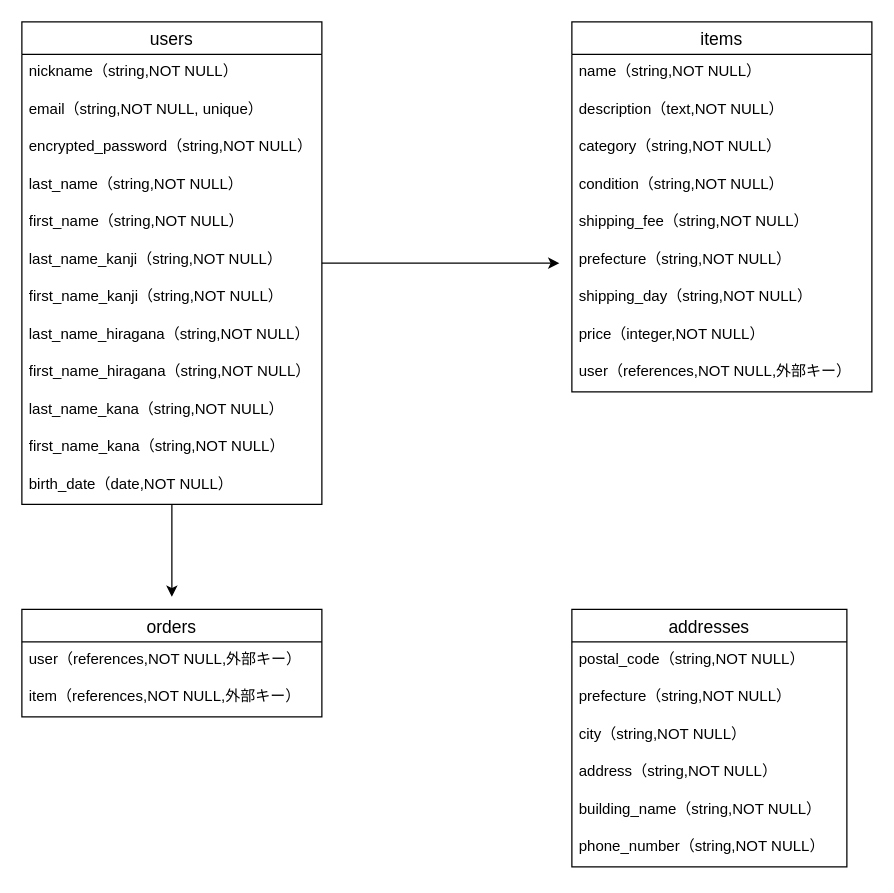
Above: app/views/furima.dio in aasamelon/furima-42481 (draw.io), before the change. Source tidied: cells renumbered, new cells numbered last; positions are measured from the earlier drawing's top-left corner, leaving out a move shared by most shapes. Both pictures are drawn from the tidied source at 125%, with x=0, y=0 at pixel (21, 21).
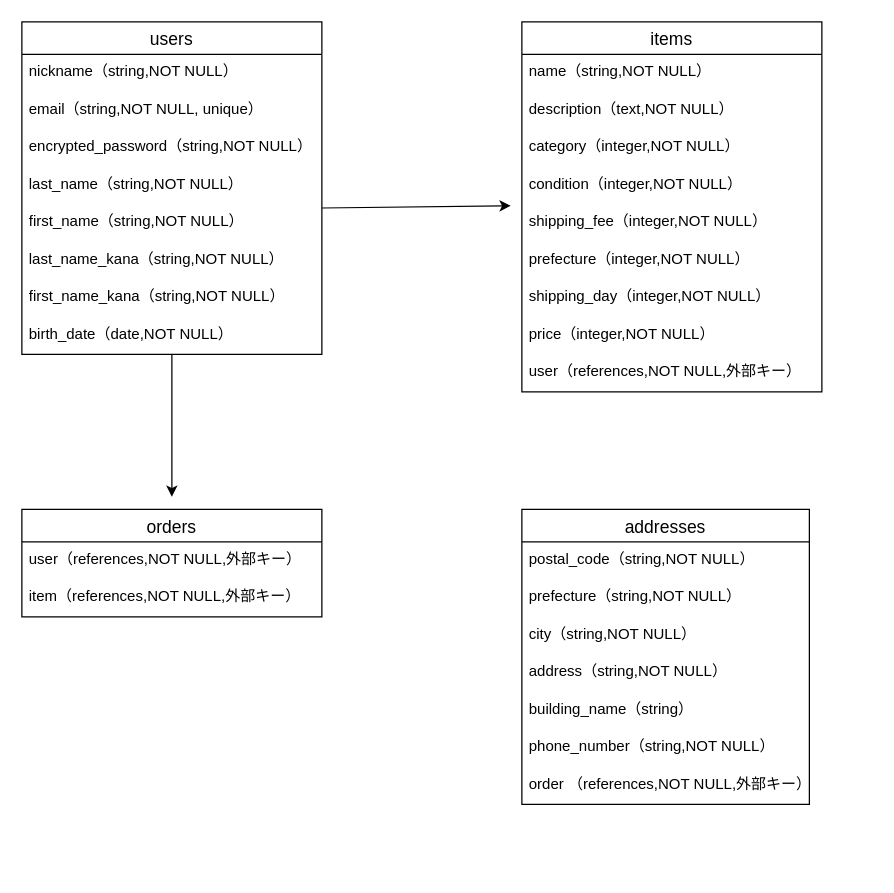
The same diagram, later.

Diff of the diagram source:
```diff
@@
-    <mxCell id="2" style="edgeStyle=none;html=1;" parent="1" edge="1" source="4">
+    <mxCell id="2" style="edgeStyle=none;html=1;entryX=-0.037;entryY=0.456;entryDx=0;entryDy=0;entryPerimeter=0;" parent="1" edge="1">
       <mxGeometry relative="1" as="geometry">
-        <mxPoint x="430" y="193" as="targetPoint" />
+        <mxPoint x="240" y="148.9" as="sourcePoint" />
+        <mxPoint x="391.1" y="147.1" as="targetPoint" />
       </mxGeometry>
     </mxCell>
     <mxCell id="3" style="edgeStyle=none;html=1;" parent="1" edge="1" source="4">
       <mxGeometry relative="1" as="geometry">
-        <mxPoint x="120" y="460" as="targetPoint" />
+        <mxPoint x="120" y="380" as="targetPoint" />
       </mxGeometry>
     </mxCell>
     <mxCell id="4" value="users" style="swimlane;fontStyle=0;horizontal=1;startSize=26;align=center;fontSize=14;" parent="1" vertex="1">
-      <mxGeometry width="240" height="386" as="geometry" />
+      <mxGeometry width="240" height="266" as="geometry" />
     </mxCell>
@@
-    <mxCell id="10" value="last_name_kanji（&lt;span style=&quot;color: rgb(0, 0, 0);&quot;&gt;string,NOT NULL）&lt;/span&gt;" style="text;strokeColor=none;fillColor=none;spacingLeft=4;spacingRight=4;overflow=hidden;fontSize=12;whiteSpace=wrap;html=1;" parent="4" vertex="1">
-      <mxGeometry y="176" width="240" height="30" as="geometry" />
-    </mxCell>
-    <mxCell id="11" value="first_name_kanji（&lt;span style=&quot;color: rgb(0, 0, 0);&quot;&gt;string,NOT NULL）&lt;/span&gt;" style="text;strokeColor=none;fillColor=none;spacingLeft=4;spacingRight=4;overflow=hidden;fontSize=12;whiteSpace=wrap;html=1;" parent="4" vertex="1">
-      <mxGeometry y="206" width="240" height="30" as="geometry" />
-    </mxCell>
-    <mxCell id="12" value="last_name_hiragana（&lt;span style=&quot;color: rgb(0, 0, 0);&quot;&gt;string,NOT NULL）&lt;/span&gt;" style="text;strokeColor=none;fillColor=none;spacingLeft=4;spacingRight=4;overflow=hidden;fontSize=12;whiteSpace=wrap;html=1;" parent="4" vertex="1">
-      <mxGeometry y="236" width="240" height="30" as="geometry" />
-    </mxCell>
-    <mxCell id="13" value="first_name_hiragana（&lt;span style=&quot;color: rgb(0, 0, 0);&quot;&gt;string,NOT NULL）&lt;/span&gt;" style="text;strokeColor=none;fillColor=none;spacingLeft=4;spacingRight=4;overflow=hidden;fontSize=12;whiteSpace=wrap;html=1;" parent="4" vertex="1">
-      <mxGeometry y="266" width="240" height="30" as="geometry" />
-    </mxCell>
     <mxCell id="14" value="last_name_kana（&lt;span style=&quot;color: rgb(0, 0, 0);&quot;&gt;string,NOT NULL）&lt;/span&gt;" style="text;strokeColor=none;fillColor=none;spacingLeft=4;spacingRight=4;overflow=hidden;fontSize=12;whiteSpace=wrap;html=1;" parent="4" vertex="1">
-      <mxGeometry y="296" width="240" height="30" as="geometry" />
+      <mxGeometry y="176" width="240" height="30" as="geometry" />
     </mxCell>
     <mxCell id="15" value="first_name_kana（&lt;span style=&quot;color: rgb(0, 0, 0);&quot;&gt;string,NOT NULL）&lt;/span&gt;" style="text;strokeColor=none;fillColor=none;spacingLeft=4;spacingRight=4;overflow=hidden;fontSize=12;whiteSpace=wrap;html=1;" parent="4" vertex="1">
-      <mxGeometry y="326" width="240" height="30" as="geometry" />
+      <mxGeometry y="206" width="240" height="30" as="geometry" />
     </mxCell>
     <mxCell id="16" value="birth_date（date,&lt;span style=&quot;color: rgb(0, 0, 0);&quot;&gt;NOT NULL）&lt;/span&gt;" style="text;strokeColor=none;fillColor=none;spacingLeft=4;spacingRight=4;overflow=hidden;fontSize=12;whiteSpace=wrap;html=1;" parent="4" vertex="1">
-      <mxGeometry y="356" width="240" height="30" as="geometry" />
+      <mxGeometry y="236" width="240" height="30" as="geometry" />
     </mxCell>
     <mxCell id="17" value="items" style="swimlane;fontStyle=0;horizontal=1;startSize=26;align=center;fontSize=14;" parent="1" vertex="1">
-      <mxGeometry x="440" width="240" height="296" as="geometry" />
+      <mxGeometry x="400" width="240" height="296" as="geometry" />
     </mxCell>
@@
-    <mxCell id="20" value="category（&lt;span style=&quot;color: rgb(0, 0, 0);&quot;&gt;string,NOT NULL）&lt;/span&gt;" style="text;strokeColor=none;fillColor=none;spacingLeft=4;spacingRight=4;overflow=hidden;fontSize=12;whiteSpace=wrap;html=1;" parent="17" vertex="1">
+    <mxCell id="20" value="category（&lt;span style=&quot;color: rgb(0, 0, 0);&quot;&gt;&lt;span style=&quot;color: rgb(0, 0, 0);&quot;&gt;integer,&lt;/span&gt;NOT NULL）&lt;/span&gt;" style="text;strokeColor=none;fillColor=none;spacingLeft=4;spacingRight=4;overflow=hidden;fontSize=12;whiteSpace=wrap;html=1;" parent="17" vertex="1">
       <mxGeometry y="86" width="240" height="30" as="geometry" />
     </mxCell>
-    <mxCell id="21" value="condition（&lt;span style=&quot;color: rgb(0, 0, 0);&quot;&gt;string,NOT NULL）&lt;/span&gt;" style="text;strokeColor=none;fillColor=none;spacingLeft=4;spacingRight=4;overflow=hidden;fontSize=12;whiteSpace=wrap;html=1;" parent="17" vertex="1">
+    <mxCell id="21" value="condition（&lt;span style=&quot;color: rgb(0, 0, 0);&quot;&gt;&lt;span style=&quot;color: rgb(0, 0, 0);&quot;&gt;integer&lt;/span&gt;,NOT NULL）&lt;/span&gt;" style="text;strokeColor=none;fillColor=none;spacingLeft=4;spacingRight=4;overflow=hidden;fontSize=12;whiteSpace=wrap;html=1;" parent="17" vertex="1">
       <mxGeometry y="116" width="240" height="30" as="geometry" />
     </mxCell>
-    <mxCell id="22" value="shipping_fee（&lt;span style=&quot;color: rgb(0, 0, 0);&quot;&gt;string,NOT NULL）&lt;/span&gt;" style="text;strokeColor=none;fillColor=none;spacingLeft=4;spacingRight=4;overflow=hidden;fontSize=12;whiteSpace=wrap;html=1;" parent="17" vertex="1">
+    <mxCell id="22" value="shipping_fee（&lt;span style=&quot;color: rgb(0, 0, 0);&quot;&gt;&lt;span style=&quot;color: rgb(0, 0, 0);&quot;&gt;integer&lt;/span&gt;,NOT NULL）&lt;/span&gt;" style="text;strokeColor=none;fillColor=none;spacingLeft=4;spacingRight=4;overflow=hidden;fontSize=12;whiteSpace=wrap;html=1;" parent="17" vertex="1">
       <mxGeometry y="146" width="240" height="30" as="geometry" />
     </mxCell>
-    <mxCell id="23" value="prefecture（&lt;span style=&quot;color: rgb(0, 0, 0);&quot;&gt;string,NOT NULL）&lt;/span&gt;" style="text;strokeColor=none;fillColor=none;spacingLeft=4;spacingRight=4;overflow=hidden;fontSize=12;whiteSpace=wrap;html=1;" parent="17" vertex="1">
+    <mxCell id="23" value="prefecture（&lt;span style=&quot;color: rgb(0, 0, 0);&quot;&gt;&lt;span style=&quot;color: rgb(0, 0, 0);&quot;&gt;integer&lt;/span&gt;,NOT NULL）&lt;/span&gt;" style="text;strokeColor=none;fillColor=none;spacingLeft=4;spacingRight=4;overflow=hidden;fontSize=12;whiteSpace=wrap;html=1;" parent="17" vertex="1">
       <mxGeometry y="176" width="240" height="30" as="geometry" />
     </mxCell>
-    <mxCell id="24" value="shipping_day（&lt;span style=&quot;color: rgb(0, 0, 0);&quot;&gt;string,NOT NULL）&lt;/span&gt;" style="text;strokeColor=none;fillColor=none;spacingLeft=4;spacingRight=4;overflow=hidden;fontSize=12;whiteSpace=wrap;html=1;" parent="17" vertex="1">
+    <mxCell id="24" value="shipping_day（&lt;span style=&quot;color: rgb(0, 0, 0);&quot;&gt;&lt;span style=&quot;color: rgb(0, 0, 0);&quot;&gt;integer&lt;/span&gt;,NOT NULL）&lt;/span&gt;" style="text;strokeColor=none;fillColor=none;spacingLeft=4;spacingRight=4;overflow=hidden;fontSize=12;whiteSpace=wrap;html=1;" parent="17" vertex="1">
       <mxGeometry y="206" width="240" height="30" as="geometry" />
     </mxCell>
@@
     <mxCell id="27" value="orders" style="swimlane;fontStyle=0;horizontal=1;startSize=26;align=center;fontSize=14;" parent="1" vertex="1">
-      <mxGeometry y="470" width="240" height="86" as="geometry" />
+      <mxGeometry y="390" width="240" height="86" as="geometry" />
     </mxCell>
@@
     <mxCell id="30" value="addresses" style="swimlane;fontStyle=0;horizontal=1;startSize=26;align=center;fontSize=14;" parent="1" vertex="1">
-      <mxGeometry x="440" y="470" width="220" height="206" as="geometry" />
+      <mxGeometry x="400" y="390" width="230" height="236" as="geometry" />
     </mxCell>
     <mxCell id="31" value="postal_code&lt;span style=&quot;color: rgb(0, 0, 0);&quot;&gt;（string,NOT NULL）&lt;/span&gt;" style="text;strokeColor=none;fillColor=none;spacingLeft=4;spacingRight=4;overflow=hidden;fontSize=12;whiteSpace=wrap;html=1;" parent="30" vertex="1">
-      <mxGeometry y="26" width="220" height="30" as="geometry" />
+      <mxGeometry y="26" width="230" height="30" as="geometry" />
     </mxCell>
     <mxCell id="32" value="prefecture&lt;span style=&quot;color: rgb(0, 0, 0);&quot;&gt;（string,NOT NULL）&lt;/span&gt;" style="text;strokeColor=none;fillColor=none;spacingLeft=4;spacingRight=4;overflow=hidden;fontSize=12;whiteSpace=wrap;html=1;" parent="30" vertex="1">
-      <mxGeometry y="56" width="220" height="30" as="geometry" />
+      <mxGeometry y="56" width="230" height="30" as="geometry" />
     </mxCell>
     <mxCell id="33" value="city&lt;span style=&quot;color: rgb(0, 0, 0);&quot;&gt;（string,NOT NULL）&lt;/span&gt;" style="text;strokeColor=none;fillColor=none;spacingLeft=4;spacingRight=4;overflow=hidden;fontSize=12;whiteSpace=wrap;html=1;" parent="30" vertex="1">
-      <mxGeometry y="86" width="220" height="30" as="geometry" />
+      <mxGeometry y="86" width="230" height="30" as="geometry" />
     </mxCell>
     <mxCell id="34" value="address&lt;span style=&quot;color: rgb(0, 0, 0);&quot;&gt;（string,NOT NULL）&lt;/span&gt;" style="text;strokeColor=none;fillColor=none;spacingLeft=4;spacingRight=4;overflow=hidden;fontSize=12;whiteSpace=wrap;html=1;" parent="30" vertex="1">
-      <mxGeometry y="116" width="220" height="30" as="geometry" />
+      <mxGeometry y="116" width="230" height="30" as="geometry" />
     </mxCell>
-    <mxCell id="35" value="building_name&lt;span style=&quot;color: rgb(0, 0, 0);&quot;&gt;（string,NOT NULL）&lt;/span&gt;" style="text;strokeColor=none;fillColor=none;spacingLeft=4;spacingRight=4;overflow=hidden;fontSize=12;whiteSpace=wrap;html=1;" parent="30" vertex="1">
-      <mxGeometry y="146" width="220" height="30" as="geometry" />
+    <mxCell id="35" value="building_name&lt;span style=&quot;color: rgb(0, 0, 0);&quot;&gt;（string）&lt;/span&gt;" style="text;strokeColor=none;fillColor=none;spacingLeft=4;spacingRight=4;overflow=hidden;fontSize=12;whiteSpace=wrap;html=1;" parent="30" vertex="1">
+      <mxGeometry y="146" width="230" height="30" as="geometry" />
     </mxCell>
     <mxCell id="36" value="phone_number&lt;span style=&quot;color: rgb(0, 0, 0);&quot;&gt;（string,NOT NULL）&lt;/span&gt;" style="text;strokeColor=none;fillColor=none;spacingLeft=4;spacingRight=4;overflow=hidden;fontSize=12;whiteSpace=wrap;html=1;" parent="30" vertex="1">
-      <mxGeometry y="176" width="220" height="30" as="geometry" />
+      <mxGeometry y="176" width="230" height="30" as="geometry" />
     </mxCell>
+    <mxCell id="37" value="order&amp;nbsp;&lt;span style=&quot;color: rgb(0, 0, 0);&quot;&gt;（references,&lt;/span&gt;&lt;span style=&quot;color: rgb(0, 0, 0);&quot;&gt;NOT NULL,外部キー）&lt;/span&gt;" style="text;strokeColor=none;fillColor=none;spacingLeft=4;spacingRight=4;overflow=hidden;fontSize=12;whiteSpace=wrap;html=1;" parent="30" vertex="1">
+      <mxGeometry y="206" width="230" height="30" as="geometry" />
+    </mxCell>
```
